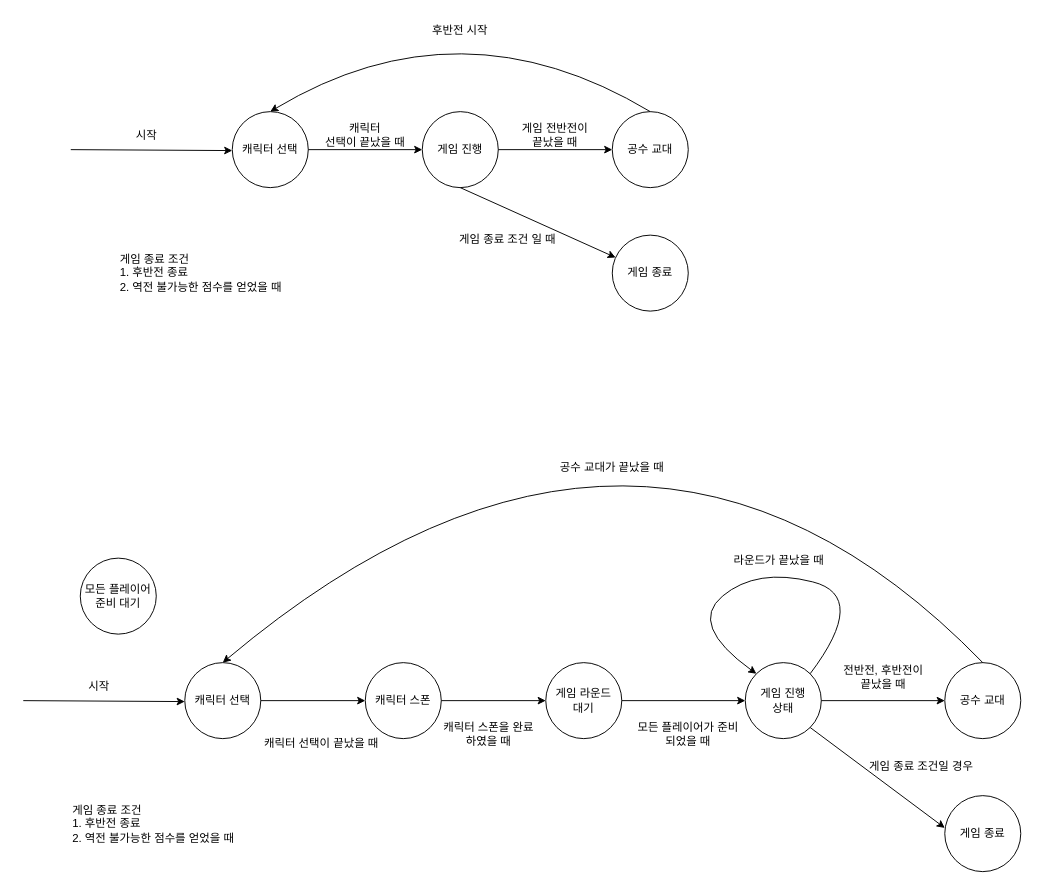
INHA01/KOG_BOMBING keeps this draw.io diagram as FSM/GameLogicFSM.drawio. Above is the earlier version. Source tidied: cells renumbered, new cells numbered last; positions are measured from the earlier drawing's top-left corner, leaving out a move shared by most shapes. Both pictures are drawn from the tidied source at 95%, with x=0, y=0 at pixel (23, -3).
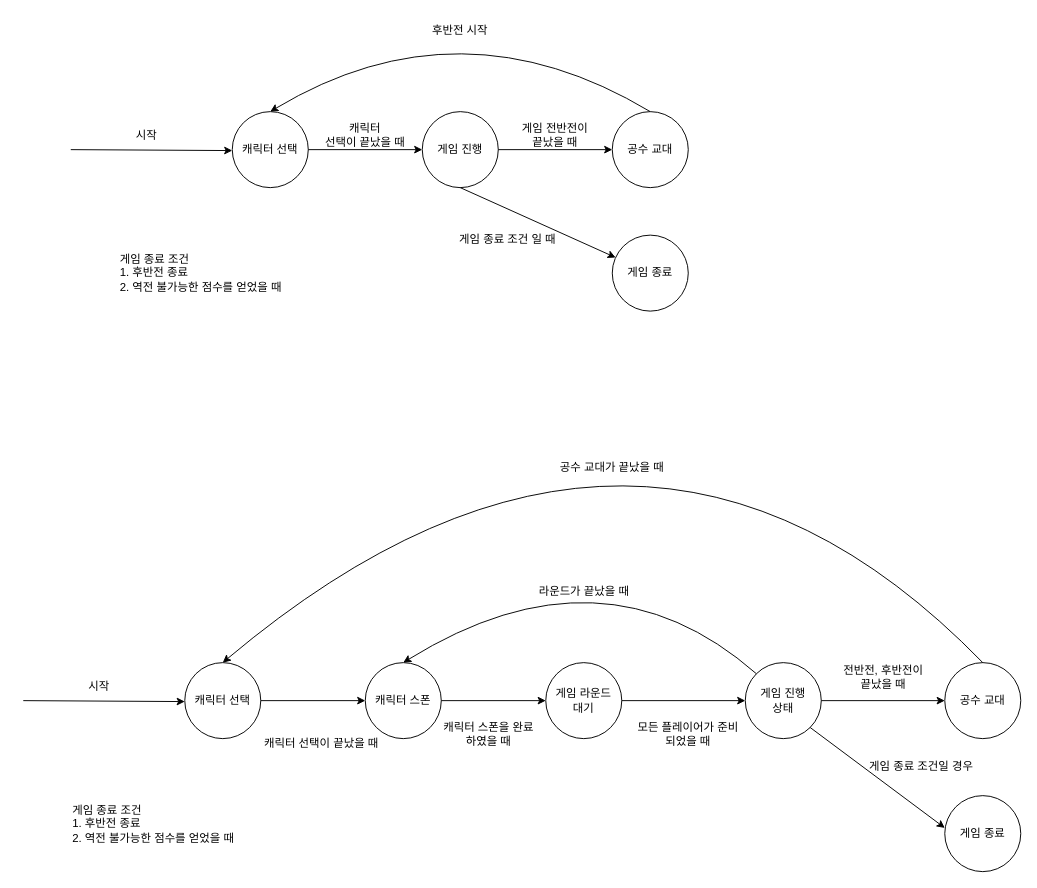
Above is the later version.

The change refers to these unchanged cells:
```xml
<mxCell id="26" value="게임 진행&lt;br&gt;상태" style="ellipse;whiteSpace=wrap;html=1;" parent="1" vertex="1">
  <mxGeometry x="760" y="700" width="80" height="80" as="geometry" />
</mxCell>
```

The edit, as a diff of the source:
```diff
@@
-    <mxCell id="29" style="endArrow=classic;html=1;exitX=1;exitY=0;exitDx=0;exitDy=0;entryX=0;entryY=0;entryDx=0;entryDy=0;curved=1;" parent="1" edge="1" source="26" target="26">
+    <mxCell id="29" style="endArrow=classic;html=1;exitX=0;exitY=0;exitDx=0;exitDy=0;curved=1;" parent="1" edge="1" source="26">
       <mxGeometry relative="1" as="geometry">
+        <mxPoint x="400" y="700" as="targetPoint" />
         <Array as="points">
-          <mxPoint x="890" y="630" />
-          <mxPoint x="772" y="600" />
-          <mxPoint x="700" y="660" />
+          <mxPoint x="610" y="570" />
         </Array>
       </mxGeometry>
     </mxCell>
@@
     <mxCell id="35" value="라운드가 끝났을 때" style="text;html=1;align=center;verticalAlign=middle;strokeColor=none;fillColor=none;" parent="1" vertex="1">
-      <mxGeometry x="730" y="578" width="130" height="30" as="geometry" />
+      <mxGeometry x="525" y="610" width="130" height="30" as="geometry" />
     </mxCell>
@@
-    <mxCell id="40" value="모든 플레이어&lt;br&gt;준비 대기" style="ellipse;whiteSpace=wrap;html=1;" parent="1" vertex="1">
-      <mxGeometry x="60" y="590" width="80" height="80" as="geometry" />
-    </mxCell>
```
